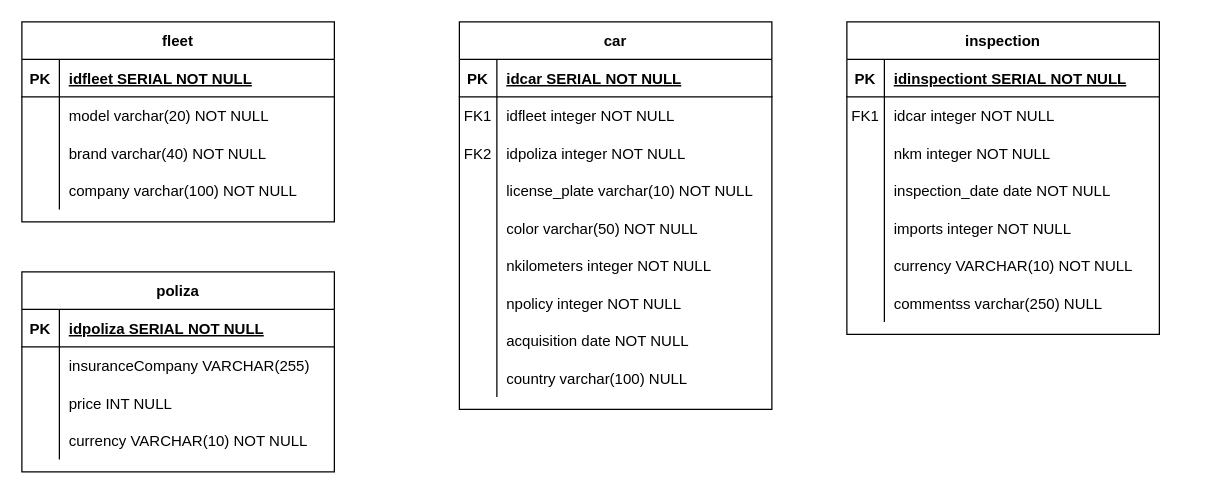
The draw.io diagram SQL_Maria.aguila/Untitled Diagram.drawio in MariaAguila4/KeepCoding_BigData_MariaAguil-, before the edit. Source tidied: cells renumbered, new cells numbered last; positions are measured from the earlier drawing's top-left corner, leaving out a move shared by most shapes. Both pictures are drawn from the tidied source at 125%, with x=0, y=0 at pixel (21, 21).
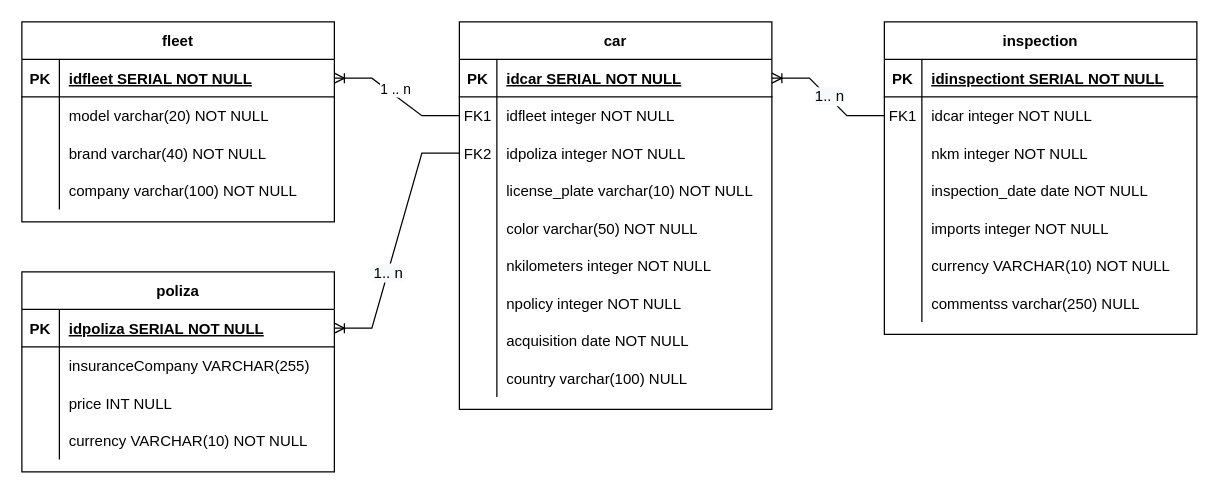
Above is the later version.

The change refers to these unchanged cells:
```xml
<mxCell id="3" style="shape=partialRectangle;fillColor=none;points=[[0,0.5],[1,0.5]];portConstraint=eastwest;top=0;left=0;right=0;bottom=1;" parent="2" vertex="1">
  <mxGeometry y="30" width="250" height="30" as="geometry" />
</mxCell>
<mxCell id="16" style="shape=partialRectangle;fillColor=none;points=[[0,0.5],[1,0.5]];portConstraint=eastwest;top=0;left=0;right=0;bottom=1;" parent="15" vertex="1">
  <mxGeometry y="30" width="250" height="30" as="geometry" />
</mxCell>
<mxCell id="29" style="shape=partialRectangle;fillColor=none;points=[[0,0.5],[1,0.5]];portConstraint=eastwest;top=0;left=0;right=0;bottom=1;" parent="28" vertex="1">
  <mxGeometry y="30" width="250" height="30" as="geometry" />
</mxCell>
<mxCell id="32" style="shape=partialRectangle;fillColor=none;points=[[0,0.5],[1,0.5]];portConstraint=eastwest;top=0;left=0;right=0;bottom=0;" parent="28" vertex="1">
  <mxGeometry y="60" width="250" height="30" as="geometry" />
</mxCell>
<mxCell id="35" style="shape=partialRectangle;fillColor=none;points=[[0,0.5],[1,0.5]];portConstraint=eastwest;top=0;left=0;right=0;bottom=0;" parent="28" vertex="1">
  <mxGeometry y="90" width="250" height="30" as="geometry" />
</mxCell>
<mxCell id="60" style="shape=partialRectangle;fillColor=none;points=[[0,0.5],[1,0.5]];portConstraint=eastwest;top=0;left=0;right=0;bottom=0;" parent="56" vertex="1">
  <mxGeometry y="60" width="250" height="30" as="geometry" />
</mxCell>
```

What changed in the source:
```diff
@@
     <mxCell id="56" value="inspection" style="shape=table;startSize=30;childLayout=tableLayout;rowLines=0;fontStyle=1;align=center;" parent="1" vertex="1">
-      <mxGeometry x="660" width="250" height="250" as="geometry" />
+      <mxGeometry x="690" width="250" height="250" as="geometry" />
     </mxCell>
@@
+    <mxCell id="78" style="edgeStyle=entityRelationEdgeStyle;fontSize=12;html=1;endArrow=ERoneToMany;rounded=0;exitX=0;exitY=0.5;exitDx=0;exitDy=0;entryX=1;entryY=0.5;entryDx=0;entryDy=0;" parent="1" edge="1" source="35" target="16">
+      <mxGeometry relative="1" as="geometry" />
+    </mxCell>
+    <mxCell id="79" value="&lt;span style=&quot;font-size: 12px; background-color: rgb(248, 249, 250);&quot;&gt;1.. n&lt;/span&gt;" style="edgeLabel;html=1;align=center;verticalAlign=middle;" parent="78" vertex="1">
+      <mxGeometry x="0.25" relative="1" as="geometry" />
+    </mxCell>
+    <mxCell id="80" style="edgeStyle=entityRelationEdgeStyle;fontSize=12;html=1;endArrow=ERoneToMany;rounded=0;exitX=0;exitY=0.5;exitDx=0;exitDy=0;entryX=1;entryY=0.5;entryDx=0;entryDy=0;" parent="1" edge="1" source="32" target="3">
+      <mxGeometry relative="1" as="geometry" />
+    </mxCell>
+    <mxCell id="81" value="1 .. n" style="edgeLabel;html=1;align=center;verticalAlign=middle;" parent="80" vertex="1">
+      <mxGeometry x="0.09" y="-4" relative="1" as="geometry" />
+    </mxCell>
+    <mxCell id="82" style="edgeStyle=entityRelationEdgeStyle;fontSize=12;html=1;endArrow=ERoneToMany;rounded=0;entryX=1;entryY=0.5;entryDx=0;entryDy=0;exitX=0;exitY=0.5;exitDx=0;exitDy=0;" parent="1" edge="1" source="60" target="29">
+      <mxGeometry relative="1" as="geometry" />
+    </mxCell>
+    <mxCell id="83" value="&lt;span style=&quot;font-size: 12px; background-color: rgb(248, 249, 250);&quot;&gt;1.. n&lt;/span&gt;" style="edgeLabel;html=1;align=center;verticalAlign=middle;" parent="82" vertex="1">
+      <mxGeometry y="-1" relative="1" as="geometry" />
+    </mxCell>
```
